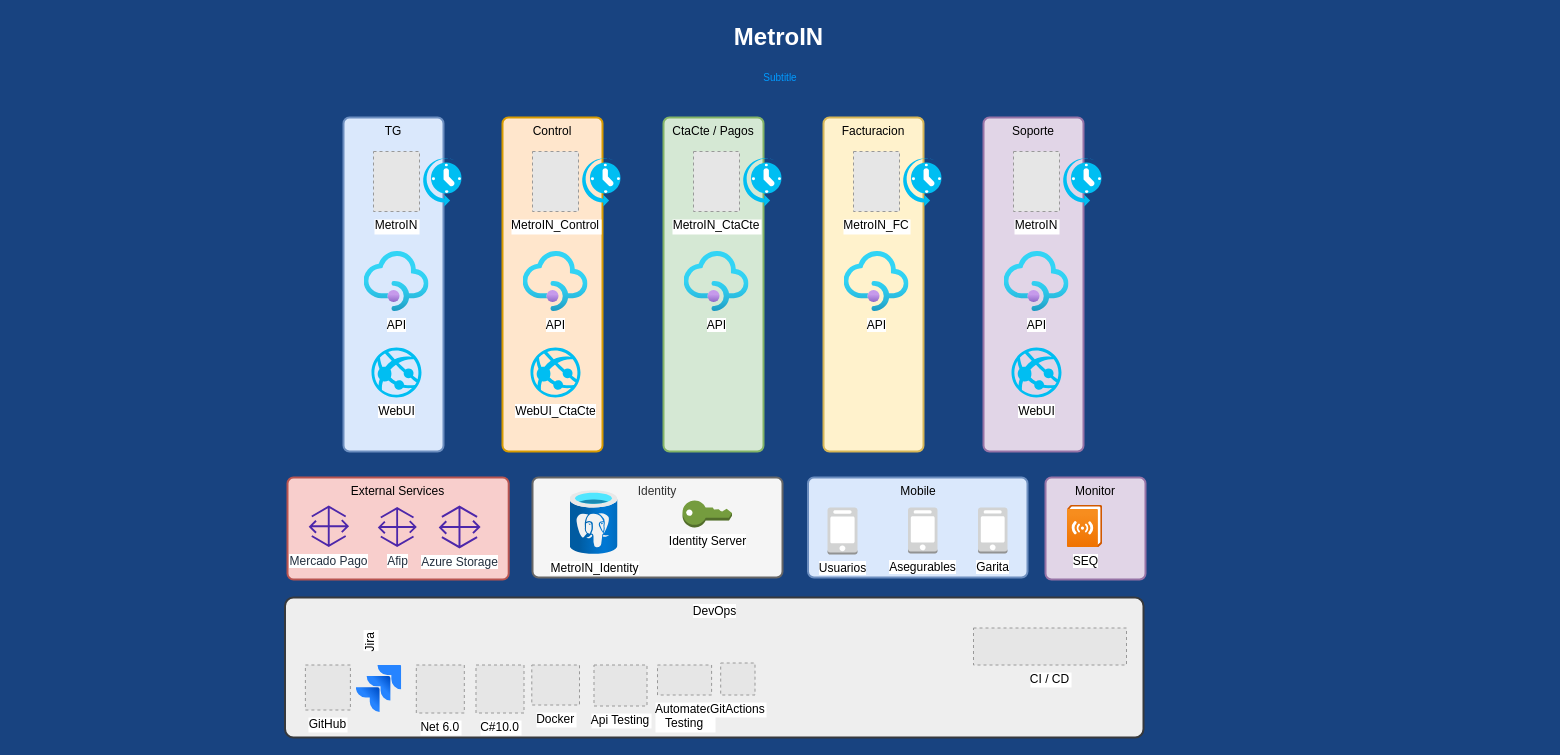
Before: metroin/Untitled Diagram.drawio in GAG-mpintos/.github, a draw.io diagram. Source tidied: cells renumbered, new cells numbered last; positions are measured from the earlier drawing's top-left corner, leaving out a move shared by most shapes. Both pictures are drawn from the tidied source at 100%, with x=0, y=0 at pixel (17, 17). Pictures stored in the file or linked from it are replaced by grey dashed boxes.
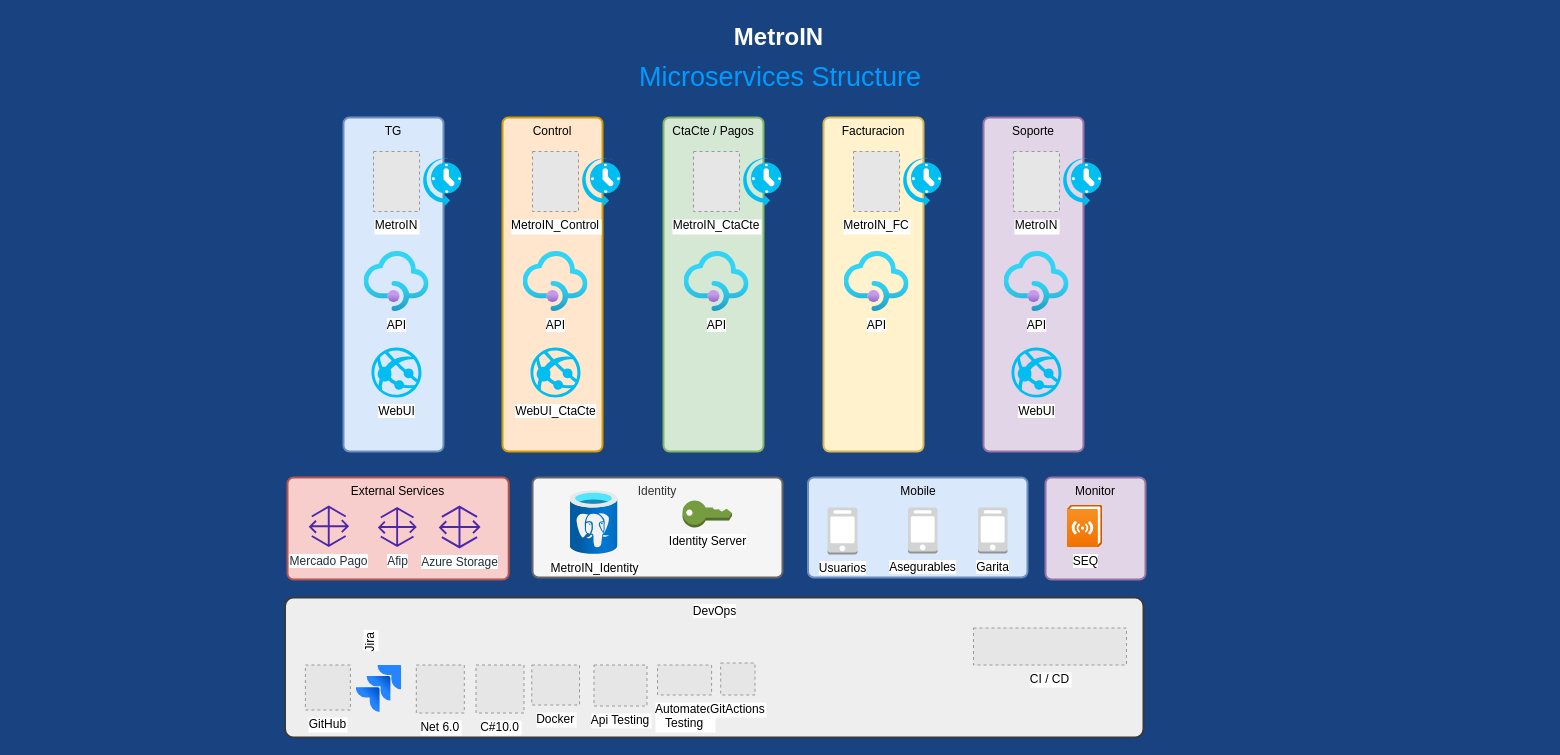
After the change.

Change to the diagram source:
```diff
@@
-    <mxCell id="6" value="Subtitle" style="text;html=1;strokeColor=none;fillColor=none;align=center;verticalAlign=middle;whiteSpace=wrap;rounded=0;shadow=0;fontSize=10;fontColor=#009BFF;" parent="1" vertex="1">
+    <mxCell id="6" value="Microservices Structure" style="text;html=1;strokeColor=none;fillColor=none;align=center;verticalAlign=middle;whiteSpace=wrap;rounded=0;shadow=0;fontSize=27;fontColor=#009BFF;" parent="1" vertex="1">
       <mxGeometry y="50" width="1526" height="20" as="geometry" />
     </mxCell>
```
